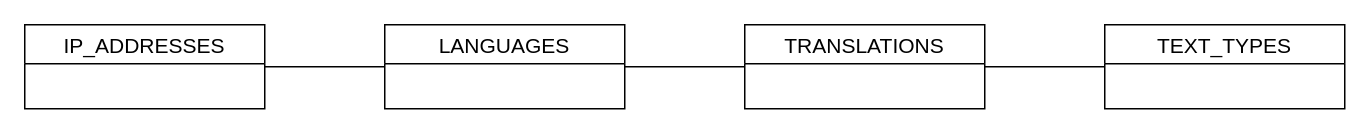
Earlier version of the draw.io diagram page "conceptual_design" (1 of 3) of documentation/ERD.drawio (LucaBalduzziNI/nimbus-intelligence-coh2-python-project). Source tidied: cells renumbered, new cells numbered last; positions are measured from the earlier drawing's top-left corner, leaving out a move shared by most shapes. Both pictures are drawn from the tidied source at 150%, with x=0, y=0 at pixel (24, 24).
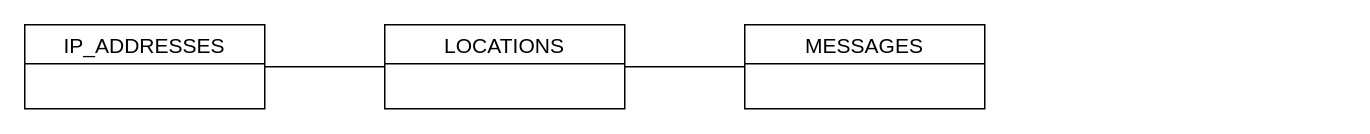
Above is the later version.

Commit message (it also covers changes not shown here):
Updated ERD with locations

What changed in the source:
```diff
@@
 <mxGraphModel>
   <root>
     <mxCell id="0" />
     <mxCell id="1" parent="0" />
     <mxCell id="2" value="IP_ADDRESSES" style="swimlane;fontStyle=0;horizontal=1;startSize=26;align=center;fontSize=14;" parent="1" vertex="1">
       <mxGeometry width="160" height="56" as="geometry" />
     </mxCell>
-    <mxCell id="3" value="LANGUAGES" style="swimlane;fontStyle=0;horizontal=1;startSize=26;align=center;fontSize=14;" parent="1" vertex="1">
+    <mxCell id="3" value="LOCATIONS" style="swimlane;fontStyle=0;horizontal=1;startSize=26;align=center;fontSize=14;" parent="1" vertex="1">
       <mxGeometry x="240" width="160" height="56" as="geometry" />
     </mxCell>
-    <mxCell id="4" value="TRANSLATIONS" style="swimlane;fontStyle=0;horizontal=1;startSize=26;align=center;fontSize=14;" parent="1" vertex="1">
+    <mxCell id="4" value="MESSAGES" style="swimlane;fontStyle=0;horizontal=1;startSize=26;align=center;fontSize=14;" parent="1" vertex="1">
       <mxGeometry x="480" width="160" height="56" as="geometry" />
     </mxCell>
-    <mxCell id="5" value="TEXT_TYPES" style="swimlane;fontStyle=0;horizontal=1;startSize=26;align=center;fontSize=14;" parent="1" vertex="1">
-      <mxGeometry x="720" width="160" height="56" as="geometry" />
-    </mxCell>
     <mxCell id="6" style="endArrow=none;html=1;rounded=0;" parent="1" edge="1" source="2" target="3">
       <mxGeometry relative="1" as="geometry" />
     </mxCell>
     <mxCell id="7" style="endArrow=none;html=1;rounded=0;" parent="1" edge="1" source="3" target="4">
       <mxGeometry relative="1" as="geometry" />
     </mxCell>
-    <mxCell id="8" style="endArrow=none;html=1;rounded=0;" parent="1" edge="1" source="4" target="5">
-      <mxGeometry relative="1" as="geometry" />
-    </mxCell>
   </root>
 </mxGraphModel>
```
